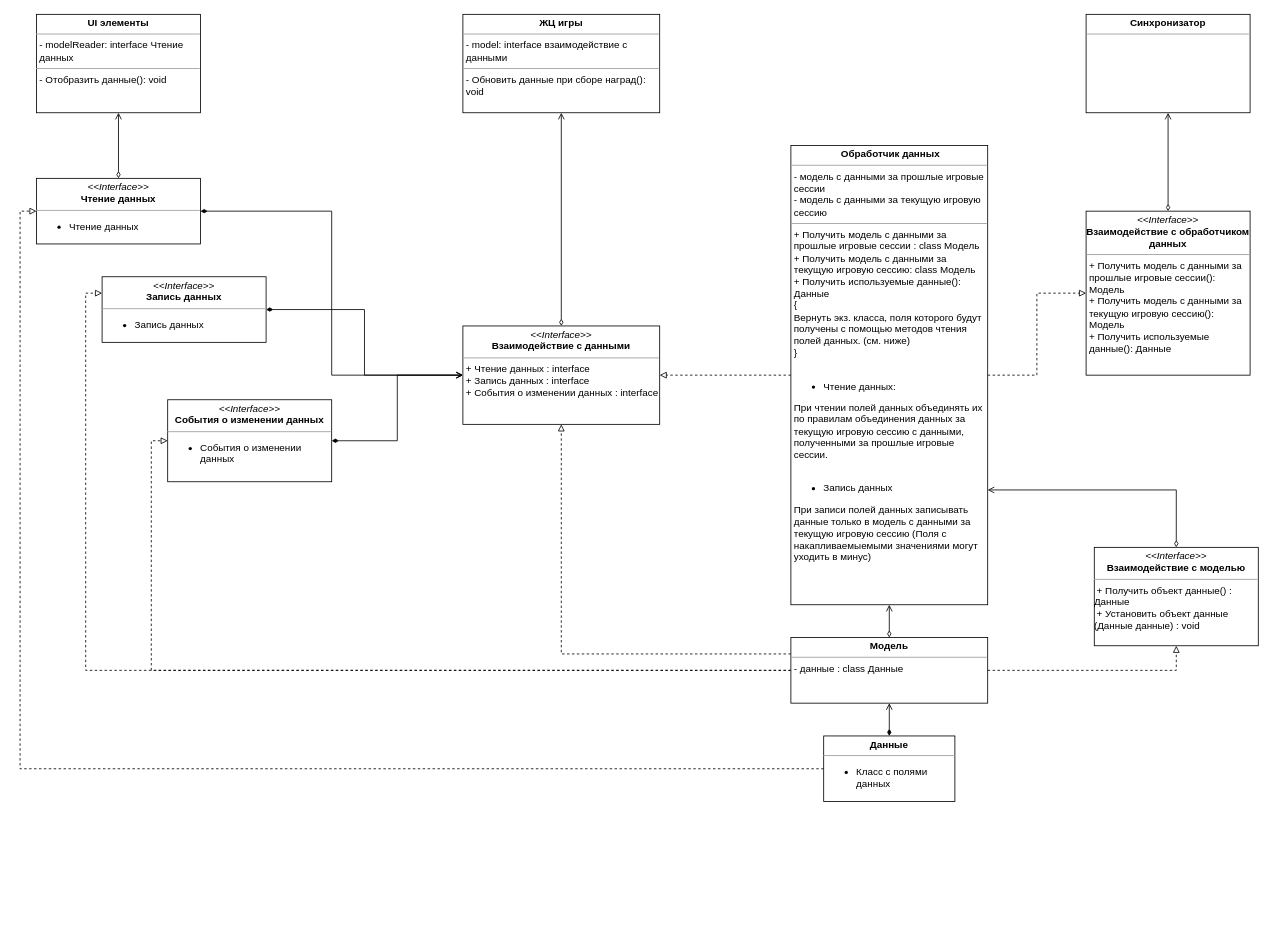
This is Документация/Проектирование кода/Работа с данными/Модель с данными UML.drawio from PurposeTo/JumpingDreamer, a draw.io file, before an edit. Source tidied: cells renumbered, new cells numbered last; positions are measured from the earlier drawing's top-left corner, leaving out a move shared by most shapes. Both pictures are drawn from the tidied source at 82%, with x=0, y=0 at pixel (36, 14).
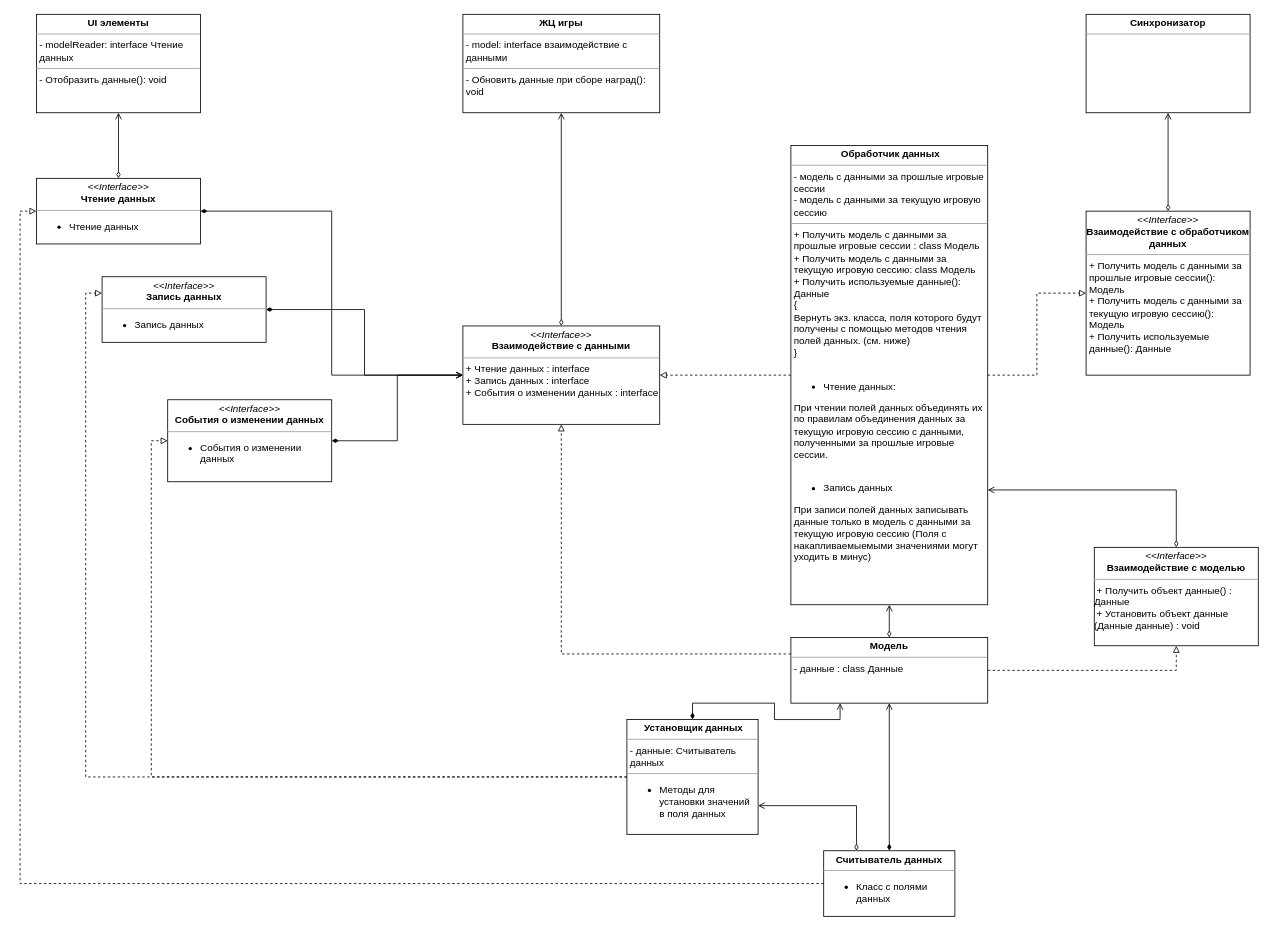
The same page after the edit.

Unchanged cells that the change refers to:
```xml
<mxCell id="12" value="&lt;p style=&quot;margin: 0px ; margin-top: 4px ; text-align: center&quot;&gt;&lt;i&gt;&amp;lt;&amp;lt;Interface&amp;gt;&amp;gt;&lt;/i&gt;&lt;br&gt;&lt;b&gt;Запись данных&lt;/b&gt;&lt;/p&gt;&lt;hr size=&quot;1&quot;&gt;&lt;p style=&quot;margin: 0px 0px 0px 4px&quot;&gt;&lt;/p&gt;&lt;ul&gt;&lt;li&gt;Запись данных&lt;/li&gt;&lt;/ul&gt;&lt;p&gt;&lt;/p&gt;" style="verticalAlign=top;align=left;overflow=fill;fontSize=12;fontFamily=Helvetica;html=1;whiteSpace=wrap;" parent="1" vertex="1">
  <mxGeometry x="80" y="320" width="200" height="80" as="geometry" />
</mxCell>
<mxCell id="15" value="&lt;p style=&quot;margin: 0px ; margin-top: 4px ; text-align: center&quot;&gt;&lt;i&gt;&amp;lt;&amp;lt;Interface&amp;gt;&amp;gt;&lt;/i&gt;&lt;br&gt;&lt;b&gt;События о изменении данных&lt;/b&gt;&lt;/p&gt;&lt;hr size=&quot;1&quot;&gt;&lt;p style=&quot;margin: 0px 0px 0px 4px&quot;&gt;&lt;/p&gt;&lt;ul&gt;&lt;li&gt;События о изменении данных&lt;/li&gt;&lt;/ul&gt;&lt;p&gt;&lt;/p&gt;" style="verticalAlign=top;align=left;overflow=fill;fontSize=12;fontFamily=Helvetica;html=1;whiteSpace=wrap;" parent="1" vertex="1">
  <mxGeometry x="160" y="470" width="200" height="100" as="geometry" />
</mxCell>
<mxCell id="23" value="&lt;p style=&quot;margin: 0px ; margin-top: 4px ; text-align: center&quot;&gt;&lt;b&gt;Модель&lt;/b&gt;&lt;/p&gt;&lt;hr size=&quot;1&quot;&gt;&lt;p style=&quot;margin: 0px ; margin-left: 4px&quot;&gt;- данные : class Данные&lt;/p&gt;" style="verticalAlign=top;align=left;overflow=fill;fontSize=12;fontFamily=Helvetica;html=1;whiteSpace=wrap;" parent="1" vertex="1">
  <mxGeometry x="920" y="760" width="240" height="80" as="geometry" />
</mxCell>
```

Diff of the diagram source:
```diff
@@
-    <mxCell id="2" style="edgeStyle=orthogonalEdgeStyle;rounded=0;jettySize=auto;html=1;exitX=0;exitY=0.5;exitDx=0;exitDy=0;entryX=0;entryY=0.5;entryDx=0;entryDy=0;startArrow=none;startFill=0;endArrow=block;endFill=0;fontSize=14;dashed=1;" parent="1" edge="1" source="23" target="15">
+    <mxCell id="2" style="edgeStyle=orthogonalEdgeStyle;rounded=0;jettySize=auto;html=1;exitX=0;exitY=0.5;exitDx=0;exitDy=0;entryX=0;entryY=0.5;entryDx=0;entryDy=0;startArrow=none;startFill=0;endArrow=block;endFill=0;fontSize=14;dashed=1;" parent="1" edge="1" source="30" target="15">
       <mxGeometry relative="1" as="geometry" />
     </mxCell>
@@
-    <mxCell id="4" style="edgeStyle=orthogonalEdgeStyle;rounded=0;jettySize=auto;html=1;exitX=0;exitY=0.5;exitDx=0;exitDy=0;entryX=0;entryY=0.25;entryDx=0;entryDy=0;dashed=1;startArrow=none;startFill=0;endArrow=block;endFill=0;fontSize=14;" parent="1" edge="1" source="23" target="12">
+    <mxCell id="4" style="edgeStyle=orthogonalEdgeStyle;rounded=0;jettySize=auto;html=1;exitX=0;exitY=0.5;exitDx=0;exitDy=0;entryX=0;entryY=0.25;entryDx=0;entryDy=0;dashed=1;startArrow=none;startFill=0;endArrow=block;endFill=0;fontSize=14;" parent="1" edge="1" source="30" target="12">
       <mxGeometry relative="1" as="geometry" />
     </mxCell>
@@
-    <mxCell id="22" value="&lt;p style=&quot;margin: 0px ; margin-top: 4px ; text-align: center&quot;&gt;&lt;b&gt;Данные&lt;/b&gt;&lt;/p&gt;&lt;hr size=&quot;1&quot;&gt;&lt;p style=&quot;margin: 0px ; margin-left: 4px&quot;&gt;&lt;ul&gt;&lt;li&gt;Класс с полями данных&lt;/li&gt;&lt;/ul&gt;&lt;/p&gt;" style="verticalAlign=top;align=left;overflow=fill;fontSize=12;fontFamily=Helvetica;html=1;whiteSpace=wrap;" parent="1" vertex="1">
-      <mxGeometry x="960" y="880" width="160" height="80" as="geometry" />
+    <mxCell id="22" value="&lt;p style=&quot;margin: 0px ; margin-top: 4px ; text-align: center&quot;&gt;&lt;b&gt;Считыватель данных&lt;/b&gt;&lt;/p&gt;&lt;hr size=&quot;1&quot;&gt;&lt;p style=&quot;margin: 0px ; margin-left: 4px&quot;&gt;&lt;/p&gt;&lt;ul&gt;&lt;li&gt;Класс с полями данных&lt;/li&gt;&lt;/ul&gt;&lt;p&gt;&lt;/p&gt;" style="verticalAlign=top;align=left;overflow=fill;fontSize=12;fontFamily=Helvetica;html=1;whiteSpace=wrap;" parent="1" vertex="1">
+      <mxGeometry x="960" y="1020" width="160" height="80" as="geometry" />
     </mxCell>
@@
+    <mxCell id="30" value="&lt;p style=&quot;margin: 0px ; margin-top: 4px ; text-align: center&quot;&gt;&lt;/p&gt;&lt;p style=&quot;margin: 4px 0px 0px ; text-align: center&quot;&gt;&lt;b&gt;&amp;nbsp;&lt;/b&gt;&lt;b&gt;Установщик данных&lt;/b&gt;&lt;/p&gt;&lt;hr size=&quot;1&quot;&gt;&lt;p style=&quot;margin: 0px 0px 0px 4px&quot;&gt;- данные: Считыватель данных&lt;/p&gt;&lt;hr size=&quot;1&quot;&gt;&lt;p style=&quot;margin: 0px 0px 0px 4px&quot;&gt;&lt;/p&gt;&lt;ul&gt;&lt;li&gt;Методы для установки значений в поля данных&lt;/li&gt;&lt;/ul&gt;&lt;p&gt;&lt;/p&gt;&lt;p&gt;&lt;/p&gt;" style="verticalAlign=top;align=left;overflow=fill;fontSize=12;fontFamily=Helvetica;html=1;whiteSpace=wrap;" parent="1" vertex="1">
+      <mxGeometry x="720" y="860" width="160" height="140" as="geometry" />
+    </mxCell>
+    <mxCell id="31" style="edgeStyle=orthogonalEdgeStyle;rounded=0;jettySize=auto;html=1;exitX=0.5;exitY=0;exitDx=0;exitDy=0;entryX=0.25;entryY=1;entryDx=0;entryDy=0;endArrow=open;endFill=0;fontSize=14;startArrow=diamondThin;startFill=1;" parent="1" edge="1" source="30" target="23">
+      <mxGeometry relative="1" as="geometry" />
+    </mxCell>
+    <mxCell id="32" style="edgeStyle=orthogonalEdgeStyle;rounded=0;jettySize=auto;html=1;exitX=0.25;exitY=0;exitDx=0;exitDy=0;entryX=1;entryY=0.75;entryDx=0;entryDy=0;endArrow=open;endFill=0;fontSize=14;startArrow=diamondThin;startFill=0;" parent="1" edge="1" source="22" target="30">
+      <mxGeometry relative="1" as="geometry" />
+    </mxCell>
```
